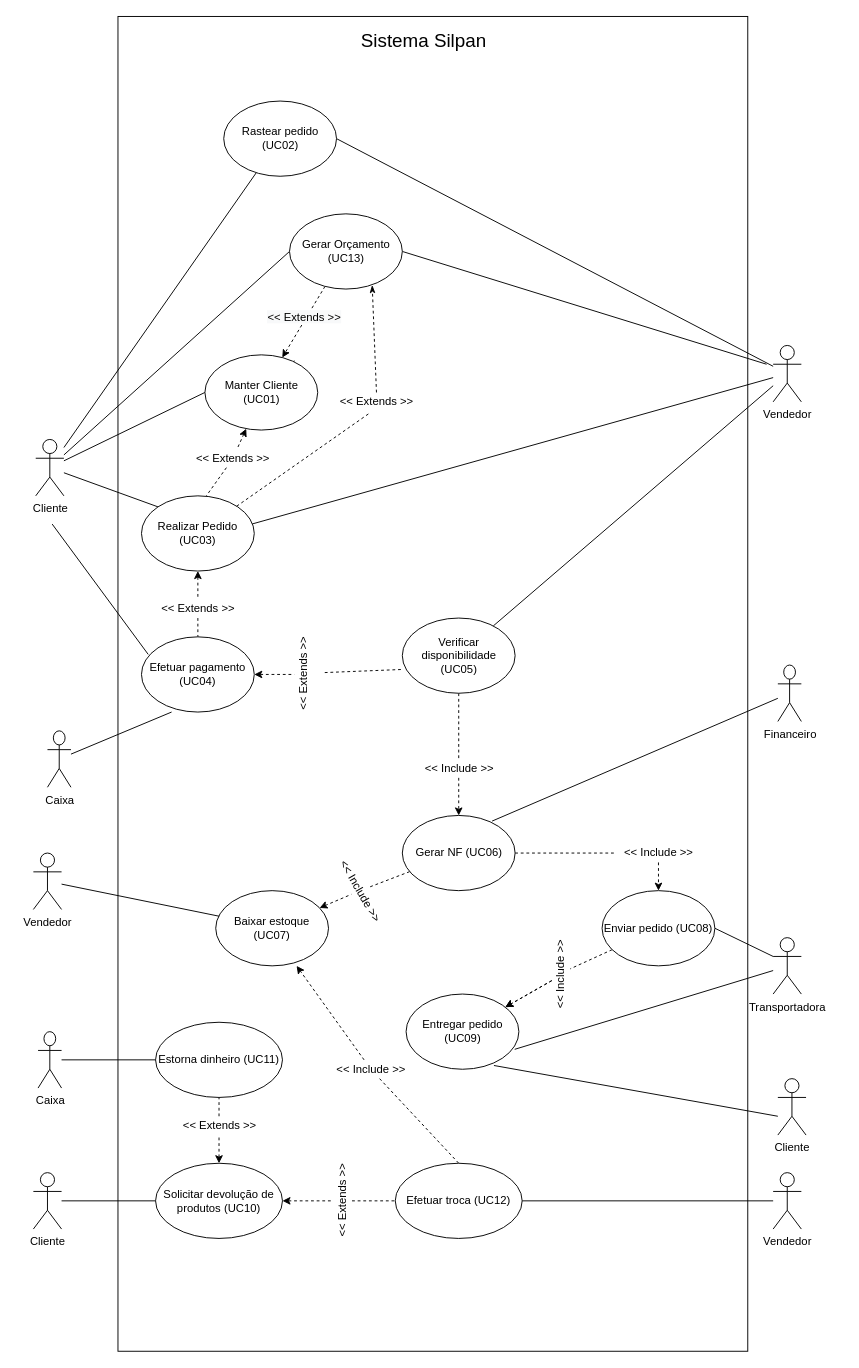
Above: Diagrama de UC.drawio in Systematicos/Silpan-AMS (draw.io), before the change. Source tidied: cells renumbered, new cells numbered last; positions are measured from the earlier drawing's top-left corner, leaving out a move shared by most shapes. Both pictures are drawn from the tidied source at 94%, with x=0, y=0 at pixel (33, 16).
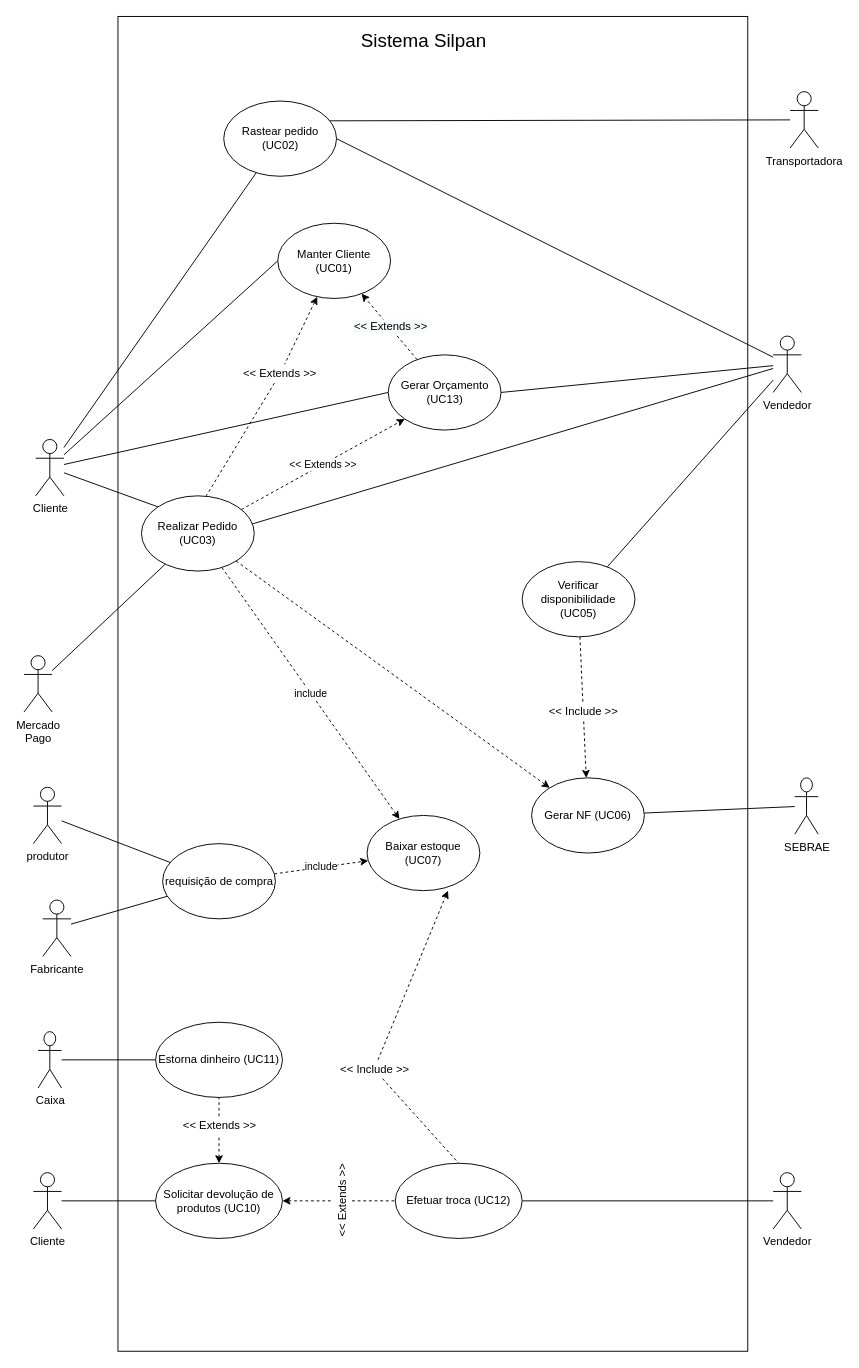
Above is the later version.

Unchanged cells that the change refers to:
```xml
<mxCell id="20" value="Realizar Pedido (UC03)" style="ellipse;whiteSpace=wrap;html=1;" parent="1" vertex="1">
  <mxGeometry x="115" y="510" width="120" height="80" as="geometry" />
</mxCell>
<mxCell id="48" value="Rastear pedido (UC02)" style="ellipse;whiteSpace=wrap;html=1;" parent="1" vertex="1">
  <mxGeometry x="202.5" y="90" width="120" height="80" as="geometry" />
</mxCell>
<mxCell id="76" style="edgeStyle=none;rounded=0;jettySize=auto;html=1;dashed=1;endArrow=classic;endFill=1;" parent="1" edge="1" source="78" target="17">
  <mxGeometry relative="1" as="geometry" />
</mxCell>
```

Change to the diagram source:
```diff
@@
-    <mxCell id="5" style="rounded=0;jettySize=auto;html=1;entryX=0.06;entryY=0.234;entryDx=0;entryDy=0;startArrow=none;startFill=0;endArrow=none;endFill=0;entryPerimeter=0;" parent="1" edge="1" target="25">
-      <mxGeometry relative="1" as="geometry">
-        <mxPoint x="20" y="540" as="sourcePoint" />
-      </mxGeometry>
-    </mxCell>
@@
     <mxCell id="12" value="Vendedor" style="shape=umlActor;verticalLabelPosition=bottom;verticalAlign=top;html=1;" parent="1" vertex="1">
-      <mxGeometry x="787" y="350" width="30" height="60" as="geometry" />
+      <mxGeometry x="787" y="340" width="30" height="60" as="geometry" />
     </mxCell>
-    <mxCell id="13" style="edgeStyle=none;rounded=0;jettySize=auto;html=1;entryX=1;entryY=0.5;entryDx=0;entryDy=0;startArrow=none;startFill=0;endArrow=none;endFill=0;exitX=0;exitY=0.3333333333333333;exitDx=0;exitDy=0;exitPerimeter=0;" parent="1" edge="1" source="15" target="37">
-      <mxGeometry relative="1" as="geometry" />
-    </mxCell>
-    <mxCell id="14" style="rounded=0;jettySize=auto;html=1;endArrow=none;endFill=0;entryX=0.963;entryY=0.735;entryDx=0;entryDy=0;entryPerimeter=0;" parent="1" edge="1" target="38">
-      <mxGeometry relative="1" as="geometry">
-        <mxPoint x="787" y="1015" as="sourcePoint" />
-      </mxGeometry>
-    </mxCell>
-    <mxCell id="15" value="Transportadora" style="shape=umlActor;verticalLabelPosition=bottom;verticalAlign=top;html=1;" parent="1" vertex="1">
-      <mxGeometry x="787" y="980" width="30" height="60" as="geometry" />
-    </mxCell>
@@
     <mxCell id="17" value="Manter Cliente (UC01)" style="ellipse;whiteSpace=wrap;html=1;" parent="1" vertex="1">
-      <mxGeometry x="182.5" y="360" width="120" height="80" as="geometry" />
+      <mxGeometry x="260" y="220" width="120" height="80" as="geometry" />
     </mxCell>
-    <mxCell id="18" style="edgeStyle=none;rounded=0;jettySize=auto;html=1;entryX=0.5;entryY=0;entryDx=0;entryDy=0;dashed=1;endArrow=none;endFill=0;startArrow=none;startFill=0;" parent="1" edge="1" source="30" target="25">
-      <mxGeometry relative="1" as="geometry" />
-    </mxCell>
-    <mxCell id="19" style="edgeStyle=none;rounded=0;jettySize=auto;html=1;entryX=0.733;entryY=0.948;entryDx=0;entryDy=0;entryPerimeter=0;endArrow=classicThin;endFill=1;dashed=1;exitX=0.5;exitY=0;exitDx=0;exitDy=0;" parent="1" edge="1" source="80" target="78">
-      <mxGeometry relative="1" as="geometry" />
-    </mxCell>
+    <mxCell id="82" value="&lt;&lt; Extends &gt;&gt;" style="rounded=0;jettySize=auto;html=1;entryX=0;entryY=1;entryDx=0;entryDy=0;dashed=1;" parent="1" edge="1" source="20" target="78">
+      <mxGeometry relative="1" as="geometry" />
+    </mxCell>
+    <mxCell id="83" value="include" style="edgeStyle=none;rounded=0;jettySize=auto;html=1;dashed=1;" parent="1" edge="1" source="20" target="27">
+      <mxGeometry relative="1" as="geometry" />
+    </mxCell>
+    <mxCell id="84" style="edgeStyle=none;rounded=0;jettySize=auto;html=1;endArrow=classic;endFill=1;dashed=1;" parent="1" edge="1" source="20" target="34">
+      <mxGeometry relative="1" as="geometry" />
+    </mxCell>
@@
     <mxCell id="22" value="Verificar disponibilidade (UC05)" style="ellipse;whiteSpace=wrap;html=1;" parent="1" vertex="1">
-      <mxGeometry x="392.5" y="640" width="120" height="80" as="geometry" />
+      <mxGeometry x="520" y="580" width="120" height="80" as="geometry" />
     </mxCell>
-    <mxCell id="23" style="rounded=0;jettySize=auto;html=1;entryX=-0.005;entryY=0.684;entryDx=0;entryDy=0;dashed=1;endArrow=none;endFill=0;entryPerimeter=0;" parent="1" edge="1" target="22">
-      <mxGeometry relative="1" as="geometry">
-        <mxPoint x="310" y="698" as="sourcePoint" />
-      </mxGeometry>
-    </mxCell>
-    <mxCell id="24" style="edgeStyle=none;rounded=0;jettySize=auto;html=1;endArrow=none;endFill=0;dashed=1;startArrow=classic;startFill=1;" parent="1" edge="1" source="25" target="66">
-      <mxGeometry relative="1" as="geometry" />
-    </mxCell>
-    <mxCell id="25" value="Efetuar pagamento (UC04)" style="ellipse;whiteSpace=wrap;html=1;" parent="1" vertex="1">
-      <mxGeometry x="115" y="660" width="120" height="80" as="geometry" />
-    </mxCell>
-    <mxCell id="26" style="rounded=0;jettySize=auto;html=1;dashed=1;endArrow=none;endFill=0;startArrow=classic;startFill=1;" parent="1" edge="1" source="27" target="69">
-      <mxGeometry relative="1" as="geometry" />
-    </mxCell>
     <mxCell id="27" value="Baixar estoque (UC07)" style="ellipse;whiteSpace=wrap;html=1;" parent="1" vertex="1">
-      <mxGeometry x="194" y="930" width="120" height="80" as="geometry" />
+      <mxGeometry x="355" y="850" width="120" height="80" as="geometry" />
     </mxCell>
     <mxCell id="28" value="&amp;lt;&amp;lt; Extends &amp;gt;&amp;gt;" style="text;html=1;strokeColor=none;fillColor=none;align=center;verticalAlign=middle;whiteSpace=wrap;rounded=0;" parent="1" vertex="1">
-      <mxGeometry x="170" y="460" width="85" height="20" as="geometry" />
+      <mxGeometry x="220" y="370" width="85" height="20" as="geometry" />
     </mxCell>
@@
-    <mxCell id="30" value="&amp;lt;&amp;lt; Extends &amp;gt;&amp;gt;" style="text;html=1;align=center;verticalAlign=middle;points=[];" parent="1" vertex="1">
-      <mxGeometry x="130" y="620" width="90" height="20" as="geometry" />
-    </mxCell>
-    <mxCell id="31" style="edgeStyle=none;rounded=0;jettySize=auto;html=1;entryX=0.5;entryY=0;entryDx=0;entryDy=0;dashed=1;endArrow=none;endFill=0;startArrow=classic;startFill=1;" parent="1" edge="1" source="20" target="30">
-      <mxGeometry relative="1" as="geometry" />
-    </mxCell>
-    <mxCell id="32" style="edgeStyle=none;rounded=0;jettySize=auto;html=1;endArrow=none;endFill=0;dashed=1;" parent="1" edge="1" source="34" target="40">
-      <mxGeometry relative="1" as="geometry" />
-    </mxCell>
-    <mxCell id="33" style="rounded=0;jettySize=auto;html=1;dashed=1;endArrow=none;endFill=0;" parent="1" edge="1" source="34" target="69">
-      <mxGeometry relative="1" as="geometry" />
-    </mxCell>
     <mxCell id="34" value="Gerar NF (UC06)" style="ellipse;whiteSpace=wrap;html=1;" parent="1" vertex="1">
-      <mxGeometry x="392.5" y="850" width="120" height="80" as="geometry" />
+      <mxGeometry x="530" y="810" width="120" height="80" as="geometry" />
     </mxCell>
-    <mxCell id="35" style="edgeStyle=none;rounded=0;jettySize=auto;html=1;dashed=1;startArrow=none;startFill=0;endArrow=classic;endFill=1;" parent="1" edge="1" source="42" target="38">
-      <mxGeometry relative="1" as="geometry" />
-    </mxCell>
-    <mxCell id="36" style="rounded=0;jettySize=auto;html=1;endArrow=none;endFill=0;dashed=1;entryX=0.576;entryY=0.985;entryDx=0;entryDy=0;entryPerimeter=0;" parent="1" edge="1" source="37" target="42">
-      <mxGeometry relative="1" as="geometry" />
-    </mxCell>
-    <mxCell id="37" value="Enviar pedido (UC08)" style="ellipse;whiteSpace=wrap;html=1;" parent="1" vertex="1">
-      <mxGeometry x="605" y="930" width="120" height="80" as="geometry" />
-    </mxCell>
-    <mxCell id="38" value="Entregar pedido (UC09)" style="ellipse;whiteSpace=wrap;html=1;" parent="1" vertex="1">
-      <mxGeometry x="396.5" y="1040" width="120" height="80" as="geometry" />
-    </mxCell>
-    <mxCell id="39" style="edgeStyle=none;rounded=0;jettySize=auto;html=1;entryX=0.5;entryY=0;entryDx=0;entryDy=0;endArrow=classic;endFill=1;dashed=1;" parent="1" edge="1" source="40" target="37">
-      <mxGeometry relative="1" as="geometry" />
-    </mxCell>
-    <mxCell id="40" value="&amp;lt;&amp;lt; Include &amp;gt;&amp;gt;" style="text;html=1;align=center;verticalAlign=middle;points=[];" parent="1" vertex="1">
-      <mxGeometry x="620" y="880" width="90" height="20" as="geometry" />
-    </mxCell>
-    <mxCell id="41" style="rounded=0;jettySize=auto;html=1;dashed=1;endArrow=classic;endFill=1;" parent="1" edge="1" source="42" target="38">
-      <mxGeometry relative="1" as="geometry" />
-    </mxCell>
-    <mxCell id="42" value="&amp;lt;&amp;lt; Include &amp;gt;&amp;gt;" style="text;html=1;align=center;verticalAlign=middle;points=[];rotation=-90;" parent="1" vertex="1">
-      <mxGeometry x="516.5" y="1010" width="90" height="20" as="geometry" />
-    </mxCell>
-    <mxCell id="43" style="rounded=0;jettySize=auto;html=1;entryX=0.267;entryY=1;entryDx=0;entryDy=0;startArrow=none;startFill=0;endArrow=none;endFill=0;entryPerimeter=0;" parent="1" edge="1" source="44" target="25">
-      <mxGeometry relative="1" as="geometry" />
-    </mxCell>
-    <mxCell id="44" value="Caixa" style="shape=umlActor;verticalLabelPosition=bottom;verticalAlign=top;html=1;" parent="1" vertex="1">
-      <mxGeometry x="15" y="760" width="25" height="60" as="geometry" />
-    </mxCell>
-    <mxCell id="45" style="rounded=0;jettySize=auto;html=1;entryX=0.796;entryY=0.075;entryDx=0;entryDy=0;entryPerimeter=0;endArrow=none;endFill=0;" parent="1" edge="1" source="46" target="34">
+    <mxCell id="45" style="rounded=0;jettySize=auto;html=1;endArrow=none;endFill=0;" parent="1" edge="1" source="46" target="34">
       <mxGeometry relative="1" as="geometry" />
     </mxCell>
-    <mxCell id="46" value="Financeiro" style="shape=umlActor;verticalLabelPosition=bottom;verticalAlign=top;html=1;" parent="1" vertex="1">
-      <mxGeometry x="792" y="690" width="25" height="60" as="geometry" />
+    <mxCell id="46" value="SEBRAE" style="shape=umlActor;verticalLabelPosition=bottom;verticalAlign=top;html=1;" parent="1" vertex="1">
+      <mxGeometry x="810" y="810" width="25" height="60" as="geometry" />
     </mxCell>
@@
     <mxCell id="49" value="&amp;lt;&amp;lt; Include &amp;gt;&amp;gt;" style="text;html=1;align=center;verticalAlign=middle;points=[];rotation=0;" parent="1" vertex="1">
-      <mxGeometry x="407.5" y="790" width="90" height="20" as="geometry" />
+      <mxGeometry x="540" y="730" width="90" height="20" as="geometry" />
     </mxCell>
@@
     <mxCell id="63" value="&amp;lt;&amp;lt; Include &amp;gt;&amp;gt;" style="text;html=1;align=center;verticalAlign=middle;points=[];rotation=0;" parent="1" vertex="1">
-      <mxGeometry x="314" y="1110" width="90" height="20" as="geometry" />
+      <mxGeometry x="317.5" y="1110" width="90" height="20" as="geometry" />
     </mxCell>
@@
-    <mxCell id="66" value="&amp;lt;&amp;lt; Extends &amp;gt;&amp;gt;" style="text;html=1;align=center;verticalAlign=middle;points=[];rotation=-90;" parent="1" vertex="1">
-      <mxGeometry x="242.5" y="690" width="90" height="20" as="geometry" />
-    </mxCell>
-    <mxCell id="67" style="rounded=0;jettySize=auto;html=1;entryX=0.779;entryY=0.95;entryDx=0;entryDy=0;startArrow=none;startFill=0;endArrow=none;endFill=0;fontSize=20;entryPerimeter=0;" parent="1" edge="1" target="38">
-      <mxGeometry relative="1" as="geometry">
-        <mxPoint x="792" y="1170" as="sourcePoint" />
-      </mxGeometry>
-    </mxCell>
-    <mxCell id="68" value="Cliente" style="shape=umlActor;verticalLabelPosition=bottom;verticalAlign=top;html=1;" parent="1" vertex="1">
-      <mxGeometry x="792" y="1130" width="30" height="60" as="geometry" />
-    </mxCell>
-    <mxCell id="69" value="&amp;lt;&amp;lt; Include &amp;gt;&amp;gt;" style="text;html=1;align=center;verticalAlign=middle;points=[];rotation=60;" parent="1" vertex="1">
-      <mxGeometry x="302.5" y="920" width="90" height="20" as="geometry" />
-    </mxCell>
-    <mxCell id="70" style="rounded=0;jettySize=auto;html=1;entryX=0.03;entryY=0.34;entryDx=0;entryDy=0;entryPerimeter=0;endArrow=none;endFill=0;" parent="1" edge="1" source="71" target="27">
-      <mxGeometry relative="1" as="geometry" />
-    </mxCell>
+    <mxCell id="85" style="edgeStyle=none;rounded=0;jettySize=auto;html=1;endArrow=none;endFill=0;" parent="1" edge="1" source="71" target="91">
+      <mxGeometry relative="1" as="geometry" />
+    </mxCell>
-    <mxCell id="71" value="Vendedor" style="shape=umlActor;verticalLabelPosition=bottom;verticalAlign=top;html=1;" parent="1" vertex="1">
-      <mxGeometry y="890" width="30" height="60" as="geometry" />
+    <mxCell id="71" value="Fabricante" style="shape=umlActor;verticalLabelPosition=bottom;verticalAlign=top;html=1;" parent="1" vertex="1">
+      <mxGeometry x="10" y="940" width="30" height="60" as="geometry" />
     </mxCell>
@@
-    <mxCell id="75" style="edgeStyle=none;rounded=0;jettySize=auto;html=1;endArrow=none;endFill=0;exitX=1;exitY=0.5;exitDx=0;exitDy=0;" parent="1" edge="1" source="78">
-      <mxGeometry relative="1" as="geometry">
-        <mxPoint x="780" y="370" as="targetPoint" />
-      </mxGeometry>
+    <mxCell id="75" style="edgeStyle=none;rounded=0;jettySize=auto;html=1;endArrow=none;endFill=0;exitX=1;exitY=0.5;exitDx=0;exitDy=0;" parent="1" edge="1" source="78" target="12">
+      <mxGeometry relative="1" as="geometry" />
     </mxCell>
@@
     <mxCell id="77" value="&lt;span style=&quot;font-size: 12px ; background-color: rgb(248 , 249 , 250)&quot;&gt;&amp;lt;&amp;lt; Extends &amp;gt;&amp;gt;&lt;/span&gt;" style="edgeLabel;html=1;align=center;verticalAlign=middle;" parent="76" vertex="1">
       <mxGeometry x="0.27" y="1" relative="1" as="geometry">
-        <mxPoint x="5.5" y="-16.1" as="offset" />
+        <mxPoint x="9.8" y="8.6" as="offset" />
       </mxGeometry>
     </mxCell>
     <mxCell id="78" value="Gerar Orçamento&lt;br&gt;(UC13)" style="ellipse;whiteSpace=wrap;html=1;" parent="1" vertex="1">
-      <mxGeometry x="272.5" y="210" width="120" height="80" as="geometry" />
+      <mxGeometry x="377.5" y="360" width="120" height="80" as="geometry" />
     </mxCell>
@@
-    <mxCell id="80" value="&amp;lt;&amp;lt; Extends &amp;gt;&amp;gt;" style="text;html=1;strokeColor=none;fillColor=none;align=center;verticalAlign=middle;whiteSpace=wrap;rounded=0;" parent="1" vertex="1">
-      <mxGeometry x="322.5" y="400" width="85" height="20" as="geometry" />
-    </mxCell>
-    <mxCell id="81" style="edgeStyle=none;rounded=0;jettySize=auto;html=1;entryX=0.401;entryY=1.137;entryDx=0;entryDy=0;endArrow=none;endFill=0;dashed=1;entryPerimeter=0;" parent="1" edge="1" source="20" target="80">
-      <mxGeometry relative="1" as="geometry" />
-    </mxCell>
+    <mxCell id="86" style="edgeStyle=none;rounded=0;jettySize=auto;html=1;endArrow=none;endFill=0;" parent="1" edge="1" source="88" target="91">
+      <mxGeometry relative="1" as="geometry" />
+    </mxCell>
+    <mxCell id="87" style="rounded=0;jettySize=auto;html=1;endArrow=none;endFill=0;" parent="1" edge="1" source="89" target="20">
+      <mxGeometry relative="1" as="geometry" />
+    </mxCell>
+    <mxCell id="88" value="produtor" style="shape=umlActor;verticalLabelPosition=bottom;verticalAlign=top;html=1;" parent="1" vertex="1">
+      <mxGeometry y="820" width="30" height="60" as="geometry" />
+    </mxCell>
+    <mxCell id="89" value="Mercado&lt;br&gt;Pago" style="shape=umlActor;verticalLabelPosition=bottom;verticalAlign=top;html=1;outlineConnect=0;" parent="1" vertex="1">
+      <mxGeometry x="-10" y="680" width="30" height="60" as="geometry" />
+    </mxCell>
+    <mxCell id="90" value="include" style="edgeStyle=none;rounded=0;jettySize=auto;html=1;dashed=1;" parent="1" edge="1" source="91" target="27">
+      <mxGeometry relative="1" as="geometry" />
+    </mxCell>
+    <mxCell id="91" value="requisição de compra" style="ellipse;whiteSpace=wrap;html=1;" parent="1" vertex="1">
+      <mxGeometry x="137.5" y="880" width="120" height="80" as="geometry" />
+    </mxCell>
+    <mxCell id="92" style="edgeStyle=none;rounded=0;jettySize=auto;html=1;endArrow=none;endFill=0;entryX=0.942;entryY=0.263;entryDx=0;entryDy=0;entryPerimeter=0;" parent="1" edge="1" source="15" target="48">
+      <mxGeometry relative="1" as="geometry" />
+    </mxCell>
+    <mxCell id="15" value="Transportadora" style="shape=umlActor;verticalLabelPosition=bottom;verticalAlign=top;html=1;" parent="1" vertex="1">
+      <mxGeometry x="805" y="80" width="30" height="60" as="geometry" />
+    </mxCell>
```
